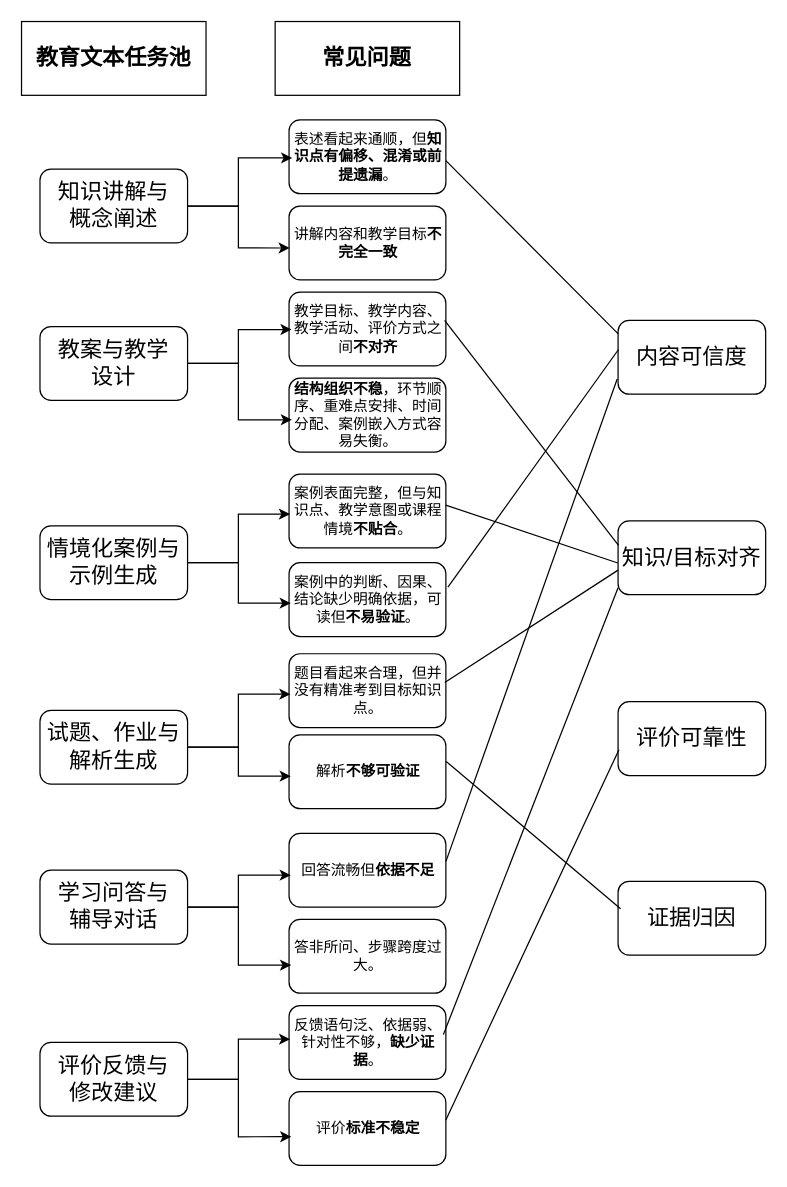
This is 20260326问题分析.drawio from handsome-tony/picture, a draw.io file, before an edit. Source tidied: cells renumbered, new cells numbered last; positions are measured from the earlier drawing's top-left corner, leaving out a move shared by most shapes. Both pictures are drawn from the tidied source at 123%, with x=0, y=0 at pixel (21, 21).
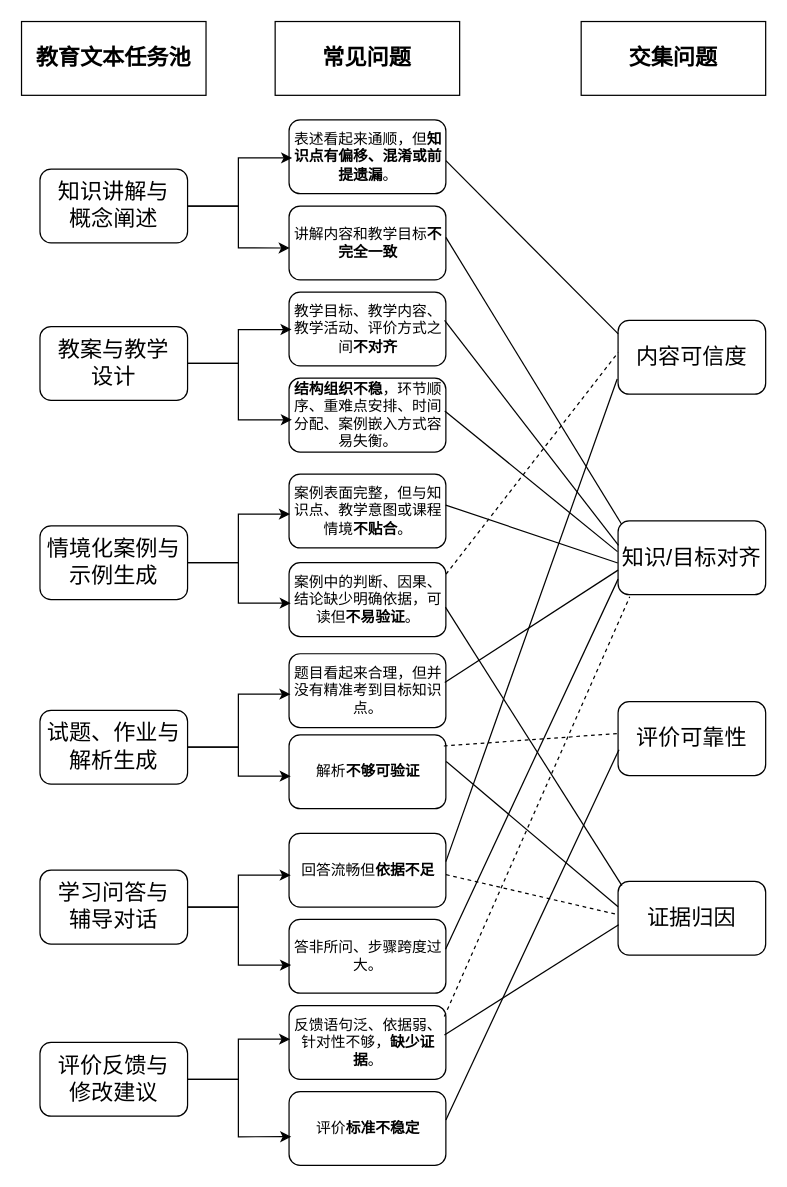
Above is the later version.

Commit message:
更新20260326问题分析.drawio

The change refers to these unchanged cells:
```xml
<mxCell id="10" value="&lt;span style=&quot;&quot;&gt;讲解内容和教学目标&lt;b&gt;不完全一致&lt;/b&gt;&lt;/span&gt;" style="rounded=1;whiteSpace=wrap;html=1;" parent="1" vertex="1">
  <mxGeometry x="217.5" y="150" width="127.5" height="60" as="geometry" />
</mxCell>
<mxCell id="12" value="&lt;strong&gt;结构组织不稳&lt;/strong&gt;，环节顺序、重难点安排、时间分配、案例嵌入方式容易失衡。" style="rounded=1;whiteSpace=wrap;html=1;" parent="1" vertex="1">
  <mxGeometry x="217.5" y="290" width="127.5" height="60" as="geometry" />
</mxCell>
<mxCell id="14" value="&lt;span style=&quot;&quot;&gt;案例中的判断、因果、结论缺少明确依据&lt;/span&gt;，可读但&lt;b&gt;不易验证&lt;/b&gt;。" style="rounded=1;whiteSpace=wrap;html=1;" parent="1" vertex="1">
  <mxGeometry x="217.5" y="440" width="127.5" height="60" as="geometry" />
</mxCell>
<mxCell id="16" value="&lt;span style=&quot;&quot;&gt;解析&lt;b&gt;不够可验证&lt;/b&gt;&lt;/span&gt;" style="rounded=1;whiteSpace=wrap;html=1;" parent="1" vertex="1">
  <mxGeometry x="217.5" y="580" width="127.5" height="60" as="geometry" />
</mxCell>
<mxCell id="17" value="&lt;span style=&quot;&quot;&gt;回答流畅但&lt;b&gt;依据不足&lt;/b&gt;&lt;/span&gt;" style="rounded=1;whiteSpace=wrap;html=1;" parent="1" vertex="1">
  <mxGeometry x="217.5" y="660" width="127.5" height="60" as="geometry" />
</mxCell>
<mxCell id="18" value="答非所问、步骤跨度过大。" style="rounded=1;whiteSpace=wrap;html=1;" parent="1" vertex="1">
  <mxGeometry x="217.5" y="730" width="127.5" height="60" as="geometry" />
</mxCell>
<mxCell id="19" value="&lt;span style=&quot;&quot;&gt;反馈语句泛、依据弱、针对性不够&lt;/span&gt;，&lt;b&gt;缺少证据&lt;/b&gt;。" style="rounded=1;whiteSpace=wrap;html=1;" parent="1" vertex="1">
  <mxGeometry x="217.5" y="800" width="127.5" height="60" as="geometry" />
</mxCell>
<mxCell id="34" value="&lt;font style=&quot;font-size: 18px;&quot;&gt;内容可信度&lt;/font&gt;" style="rounded=1;whiteSpace=wrap;html=1;" parent="1" vertex="1">
  <mxGeometry x="485" y="243" width="120" height="60" as="geometry" />
</mxCell>
<mxCell id="35" value="&lt;font style=&quot;font-size: 18px;&quot;&gt;知识/目标对齐&lt;/font&gt;" style="rounded=1;whiteSpace=wrap;html=1;" parent="1" vertex="1">
  <mxGeometry x="485" y="406" width="120" height="60" as="geometry" />
</mxCell>
<mxCell id="36" value="&lt;font style=&quot;font-size: 18px;&quot;&gt;评价可靠性&lt;/font&gt;" style="rounded=1;whiteSpace=wrap;html=1;" parent="1" vertex="1">
  <mxGeometry x="485" y="553" width="120" height="60" as="geometry" />
</mxCell>
<mxCell id="37" value="&lt;font style=&quot;font-size: 18px;&quot;&gt;证据归因&lt;/font&gt;" style="rounded=1;whiteSpace=wrap;html=1;" parent="1" vertex="1">
  <mxGeometry x="485" y="699" width="120" height="60" as="geometry" />
</mxCell>
```

What changed in the source:
```diff
@@
-    <mxCell id="39" style="endArrow=none;html=1;rounded=0;exitX=1.013;exitY=0.332;exitDx=0;exitDy=0;exitPerimeter=0;entryX=0.003;entryY=0.394;entryDx=0;entryDy=0;entryPerimeter=0;" parent="1" edge="1" source="14" target="34">
-      <mxGeometry relative="1" as="geometry" />
-    </mxCell>
@@
-    <mxCell id="44" style="endArrow=none;html=1;rounded=0;exitX=0.984;exitY=0.394;exitDx=0;exitDy=0;exitPerimeter=0;entryX=0;entryY=0.906;entryDx=0;entryDy=0;entryPerimeter=0;" parent="1" edge="1" source="19" target="35">
-      <mxGeometry relative="1" as="geometry" />
-    </mxCell>
@@
-    <mxCell id="46" style="endArrow=none;html=1;rounded=0;entryX=0.017;entryY=0.372;entryDx=0;entryDy=0;entryPerimeter=0;exitX=1.002;exitY=0.359;exitDx=0;exitDy=0;exitPerimeter=0;" parent="1" edge="1" source="16" target="37">
+    <mxCell id="46" style="endArrow=none;html=1;rounded=0;entryX=0;entryY=0.345;entryDx=0;entryDy=0;entryPerimeter=0;exitX=1.002;exitY=0.359;exitDx=0;exitDy=0;exitPerimeter=0;" parent="1" edge="1" source="16" target="37">
       <mxGeometry relative="1" as="geometry" />
     </mxCell>
+    <mxCell id="47" value="&lt;span style=&quot;font-size: 18px;&quot;&gt;&lt;b&gt;交集问题&lt;/b&gt;&lt;/span&gt;" style="rounded=0;whiteSpace=wrap;html=1;" parent="1" vertex="1">
+      <mxGeometry x="455" width="150" height="60" as="geometry" />
+    </mxCell>
+    <mxCell id="48" style="endArrow=none;html=1;rounded=0;exitX=1;exitY=0.425;exitDx=0;exitDy=0;exitPerimeter=0;entryX=0.025;entryY=0.049;entryDx=0;entryDy=0;entryPerimeter=0;" parent="1" edge="1" source="10" target="35">
+      <mxGeometry relative="1" as="geometry" />
+    </mxCell>
+    <mxCell id="49" style="endArrow=none;html=1;rounded=0;exitX=0.993;exitY=0.445;exitDx=0;exitDy=0;exitPerimeter=0;entryX=-0.004;entryY=0.416;entryDx=0;entryDy=0;entryPerimeter=0;" parent="1" edge="1" source="12" target="35">
+      <mxGeometry relative="1" as="geometry" />
+    </mxCell>
+    <mxCell id="50" style="endArrow=none;html=1;rounded=0;exitX=0.998;exitY=0.403;exitDx=0;exitDy=0;exitPerimeter=0;entryX=0;entryY=0.789;entryDx=0;entryDy=0;entryPerimeter=0;" parent="1" edge="1" source="18" target="35">
+      <mxGeometry relative="1" as="geometry" />
+    </mxCell>
+    <mxCell id="51" style="endArrow=none;html=1;rounded=0;exitX=0.991;exitY=0.399;exitDx=0;exitDy=0;exitPerimeter=0;entryX=0.004;entryY=0.59;entryDx=0;entryDy=0;entryPerimeter=0;" parent="1" edge="1" source="19" target="37">
+      <mxGeometry relative="1" as="geometry" />
+    </mxCell>
+    <mxCell id="52" style="endArrow=none;dashed=1;html=1;rounded=0;exitX=0.987;exitY=0.15;exitDx=0;exitDy=0;exitPerimeter=0;entryX=0.005;entryY=0.43;entryDx=0;entryDy=0;entryPerimeter=0;" parent="1" edge="1" source="16" target="36">
+      <mxGeometry relative="1" as="geometry" />
+    </mxCell>
+    <mxCell id="44" style="endArrow=none;dashed=1;html=1;rounded=0;exitX=0.99;exitY=0.15;exitDx=0;exitDy=0;exitPerimeter=0;entryX=0.079;entryY=1.028;entryDx=0;entryDy=0;entryPerimeter=0;" parent="1" edge="1" source="19" target="35">
+      <mxGeometry relative="1" as="geometry" />
+    </mxCell>
+    <mxCell id="53" style="endArrow=none;html=1;rounded=0;exitX=0.997;exitY=0.602;exitDx=0;exitDy=0;exitPerimeter=0;entryX=0.026;entryY=0.059;entryDx=0;entryDy=0;entryPerimeter=0;" parent="1" edge="1" source="14" target="37">
+      <mxGeometry relative="1" as="geometry" />
+    </mxCell>
+    <mxCell id="39" style="endArrow=none;dashed=1;html=1;rounded=0;exitX=1.001;exitY=0.155;exitDx=0;exitDy=0;exitPerimeter=0;entryX=0.001;entryY=0.433;entryDx=0;entryDy=0;entryPerimeter=0;" parent="1" edge="1" source="14" target="34">
+      <mxGeometry relative="1" as="geometry" />
+    </mxCell>
+    <mxCell id="54" style="endArrow=none;dashed=1;html=1;rounded=0;entryX=0.003;entryY=0.454;entryDx=0;entryDy=0;entryPerimeter=0;exitX=1.001;exitY=0.56;exitDx=0;exitDy=0;exitPerimeter=0;" parent="1" edge="1" source="17" target="37">
+      <mxGeometry relative="1" as="geometry" />
+    </mxCell>
```
